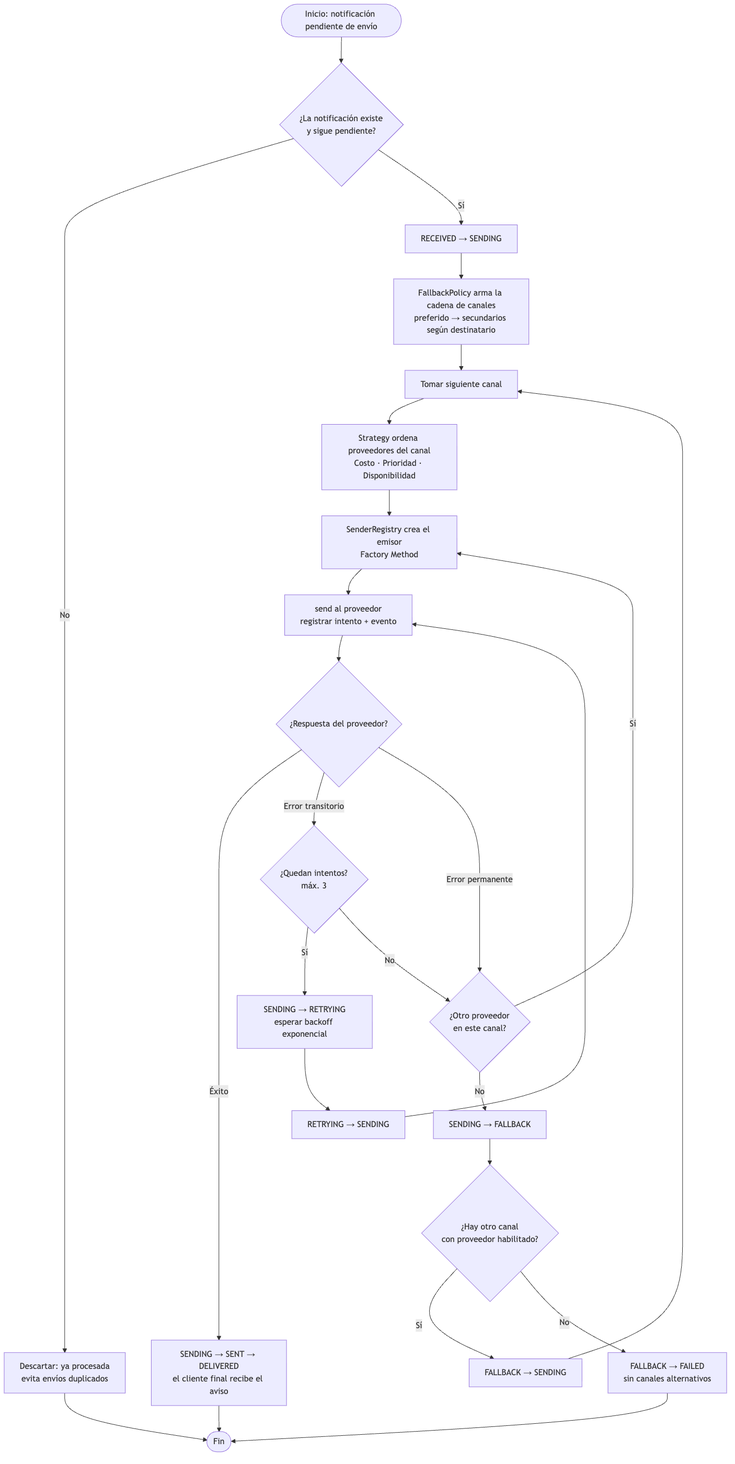
The Mermaid diagram docs/diagrams/render/10-flujo-despacho.png in joseraulsoriano/notifyhub, before a commit. Its source is kept beside it as docs/diagrams/10-flujo-despacho.mmd.
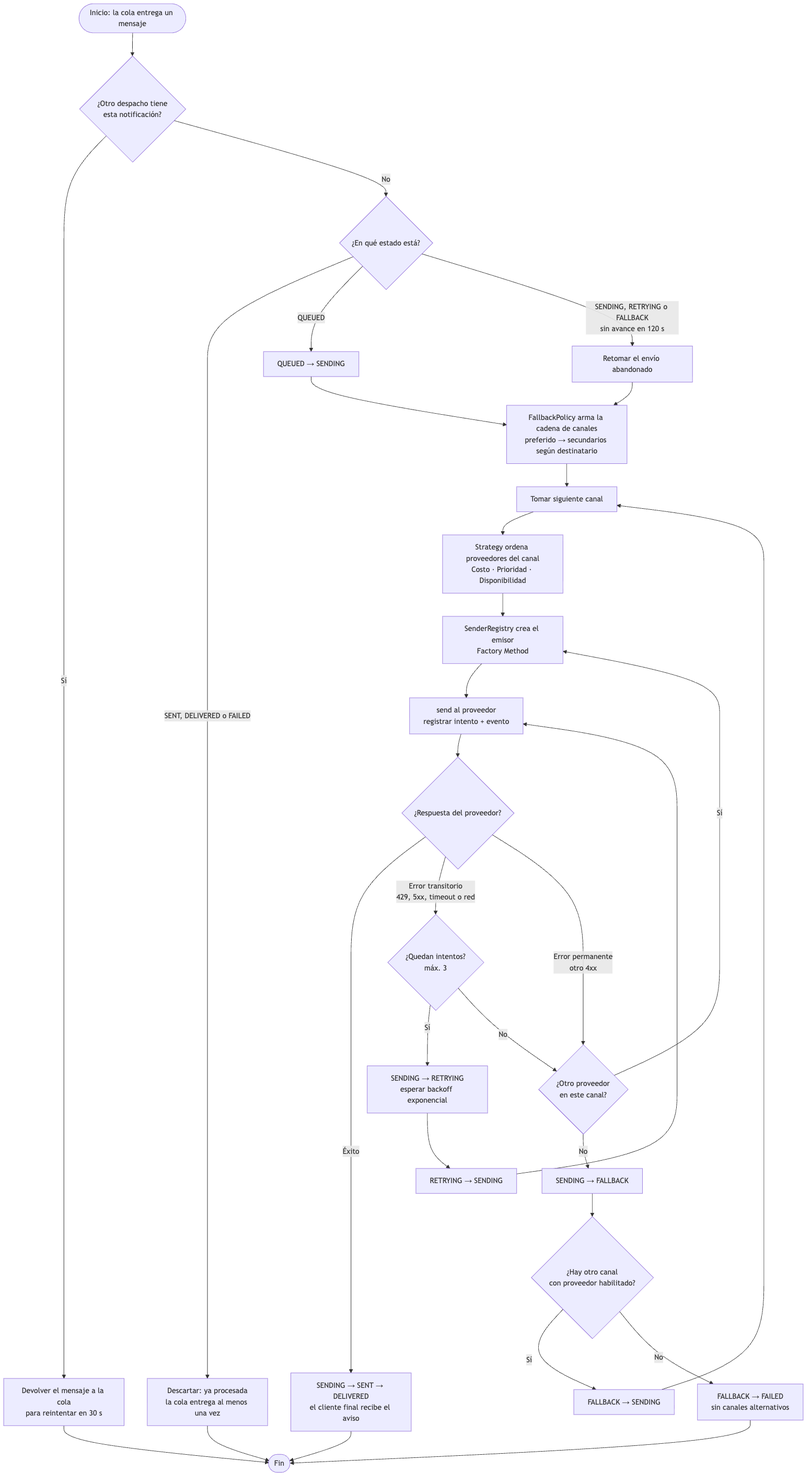
The same file after the commit.

Change to the diagram source:
```diff
@@ -1,7 +1,10 @@
 flowchart TD
-  A([Inicio: notificación pendiente de envío]) --> B{¿La notificación existe<br/>y sigue pendiente?}
-  B -- No --> B1[Descartar: ya procesada<br/>evita envíos duplicados] --> Z([Fin])
-  B -- Sí --> C[RECEIVED → SENDING]
+  A([Inicio: la cola entrega un mensaje]) --> B{¿Otro despacho tiene<br/>esta notificación?}
+  B -- Sí --> B2[Devolver el mensaje a la cola<br/>para reintentar en 30 s] --> Z([Fin])
+  B -- No --> S{¿En qué estado está?}
+  S -- "SENT, DELIVERED o FAILED" --> B1[Descartar: ya procesada<br/>la cola entrega al menos una vez] --> Z
+  S -- QUEUED --> C[QUEUED → SENDING]
+  S -- "SENDING, RETRYING o FALLBACK<br/>sin avance en 120 s" --> C2[Retomar el envío abandonado] --> D
   C --> D[FallbackPolicy arma la cadena de canales<br/>preferido → secundarios según destinatario]
   D --> E[Tomar siguiente canal]
   E --> F[Strategy ordena proveedores del canal<br/>Costo · Prioridad · Disponibilidad]
@@ -9,10 +12,10 @@
   G --> H[send al proveedor<br/>registrar intento + evento]
   H --> I{¿Respuesta del proveedor?}
   I -- Éxito --> J[SENDING → SENT → DELIVERED<br/>el cliente final recibe el aviso] --> Z
-  I -- Error transitorio --> K{¿Quedan intentos?<br/>máx. 3}
+  I -- "Error transitorio<br/>429, 5xx, timeout o red" --> K{¿Quedan intentos?<br/>máx. 3}
   K -- Sí --> L[SENDING → RETRYING<br/>esperar backoff exponencial] --> M[RETRYING → SENDING] --> H
   K -- No --> N{¿Otro proveedor<br/>en este canal?}
-  I -- Error permanente --> N
+  I -- "Error permanente<br/>otro 4xx" --> N
   N -- Sí --> G
   N -- No --> O[SENDING → FALLBACK]
   O --> P{¿Hay otro canal<br/>con proveedor habilitado?}
```
